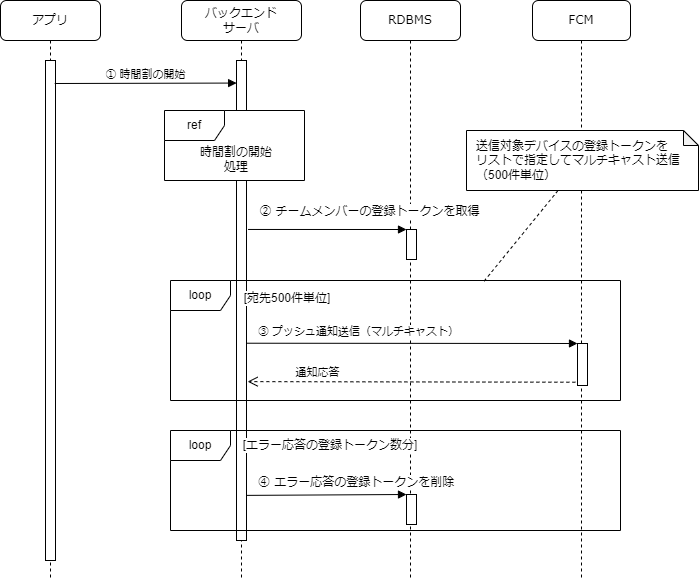
Fintan-contents/mobile-app-crib-notes keeps this draw.io diagram as website/docs/react-native/santoku/application-architecture/push-notification/send-push-notification.drawio.png. Above is the earlier version. Source tidied: cells renumbered, new cells last; positions are measured from the earlier drawing's top-left corner, leaving out a move shared by most shapes.
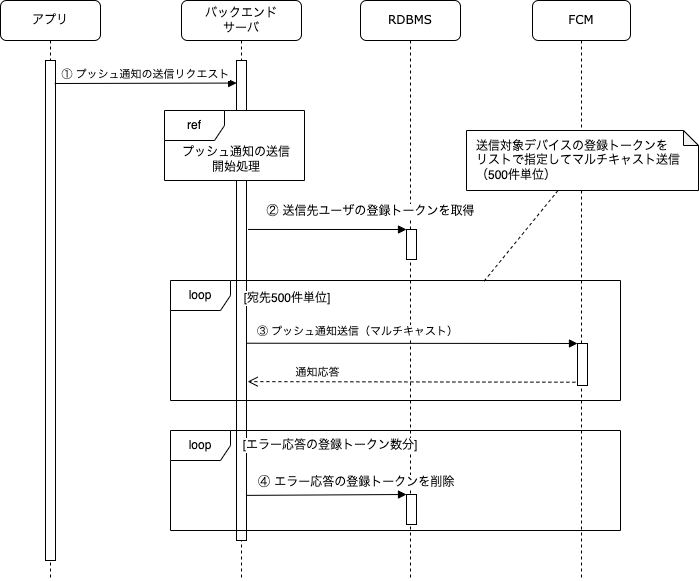
The same file after the commit.

The edit, as a diff of the source:
```diff
@@ -11,7 +11,7 @@
     <mxCell id="4" value="ref" style="shape=umlFrame;whiteSpace=wrap;html=1;fillColor=default;gradientColor=none;sketch=0;shadow=0;swimlaneFillColor=#ffffff;" parent="2" vertex="1">
       <mxGeometry x="-17" y="110" width="140" height="70" as="geometry" />
     </mxCell>
-    <mxCell id="5" value="時間割の開始&lt;br&gt;処理" style="text;html=1;strokeColor=none;fillColor=none;align=center;verticalAlign=middle;whiteSpace=wrap;rounded=0;shadow=0;sketch=0;" parent="2" vertex="1">
+    <mxCell id="5" value="プッシュ通知の送信開始処理" style="text;html=1;strokeColor=none;fillColor=none;align=center;verticalAlign=middle;whiteSpace=wrap;rounded=0;shadow=0;sketch=0;" parent="2" vertex="1">
       <mxGeometry y="144" width="110" height="30" as="geometry" />
     </mxCell>
     <mxCell id="6" value="[宛先500件単位]" style="text;html=1;strokeColor=none;fillColor=none;align=center;verticalAlign=middle;whiteSpace=wrap;rounded=0;labelBackgroundColor=default;" parent="2" vertex="1">
@@ -52,7 +52,7 @@
     <mxCell id="17" style="html=1;points=[];perimeter=orthogonalPerimeter;rounded=0;shadow=0;comic=0;labelBackgroundColor=none;strokeWidth=1;fontFamily=Verdana;fontSize=12;align=center;" parent="16" vertex="1">
       <mxGeometry x="45" y="60" width="10" height="500" as="geometry" />
     </mxCell>
-    <mxCell id="18" value="① 時間割の開始" style="html=1;verticalAlign=bottom;endArrow=block;rounded=0;entryX=0.011;entryY=0.047;entryDx=0;entryDy=0;entryPerimeter=0;exitX=0.92;exitY=0.046;exitDx=0;exitDy=0;exitPerimeter=0;" parent="1" edge="1" source="17" target="3">
+    <mxCell id="18" value="① プッシュ通知の送信リクエスト" style="html=1;verticalAlign=bottom;endArrow=block;rounded=0;entryX=0.011;entryY=0.047;entryDx=0;entryDy=0;entryPerimeter=0;exitX=0.92;exitY=0.046;exitDx=0;exitDy=0;exitPerimeter=0;" parent="1" edge="1" source="17" target="3">
       <mxGeometry relative="1" as="geometry" />
     </mxCell>
     <mxCell id="19" value="③ プッシュ通知送信（マルチキャスト）" style="html=1;verticalAlign=bottom;endArrow=block;entryX=0;entryY=0;rounded=0;labelBackgroundColor=default;labelBorderColor=none;exitX=1.02;exitY=0.589;exitDx=0;exitDy=0;exitPerimeter=0;" parent="1" edge="1" source="3" target="12">
@@ -61,7 +61,7 @@
     <mxCell id="20" value="通知応答" style="html=1;verticalAlign=bottom;endArrow=open;dashed=1;endSize=8;exitX=-0.211;exitY=0.922;rounded=0;entryX=1.111;entryY=0.669;entryDx=0;entryDy=0;entryPerimeter=0;exitDx=0;exitDy=0;exitPerimeter=0;" parent="1" edge="1" source="12" target="3">
       <mxGeometry x="0.57" relative="1" as="geometry" />
     </mxCell>
-    <mxCell id="21" value="&lt;span style=&quot;font-family: &amp;quot;verdana&amp;quot; ; font-size: 12px&quot;&gt;② チームメンバーの&lt;/span&gt;&lt;span style=&quot;font-family: &amp;quot;verdana&amp;quot; ; font-size: 12px&quot;&gt;登録トークンを取得&lt;/span&gt;" style="html=1;verticalAlign=bottom;endArrow=block;entryX=0;entryY=0;rounded=0;align=center;labelBackgroundColor=default;exitX=1.157;exitY=0.352;exitDx=0;exitDy=0;exitPerimeter=0;" parent="1" edge="1" source="3" target="8">
+    <mxCell id="21" value="&lt;span style=&quot;font-family: &amp;quot;verdana&amp;quot; ; font-size: 12px&quot;&gt;② 送信先ユーザの&lt;/span&gt;&lt;span style=&quot;font-family: &amp;quot;verdana&amp;quot; ; font-size: 12px&quot;&gt;登録トークンを取得&lt;/span&gt;" style="html=1;verticalAlign=bottom;endArrow=block;entryX=0;entryY=0;rounded=0;align=center;labelBackgroundColor=default;exitX=1.157;exitY=0.352;exitDx=0;exitDy=0;exitPerimeter=0;" parent="1" edge="1" source="3" target="8">
       <mxGeometry x="0.54" y="9" relative="1" as="geometry" />
     </mxCell>
     <mxCell id="22" style="rounded=0;jettySize=auto;html=1;entryX=0.697;entryY=0.005;entryDx=0;entryDy=0;entryPerimeter=0;fontSize=12;dashed=1;endArrow=none;endFill=0;" parent="1" edge="1" source="13" target="23">
```
